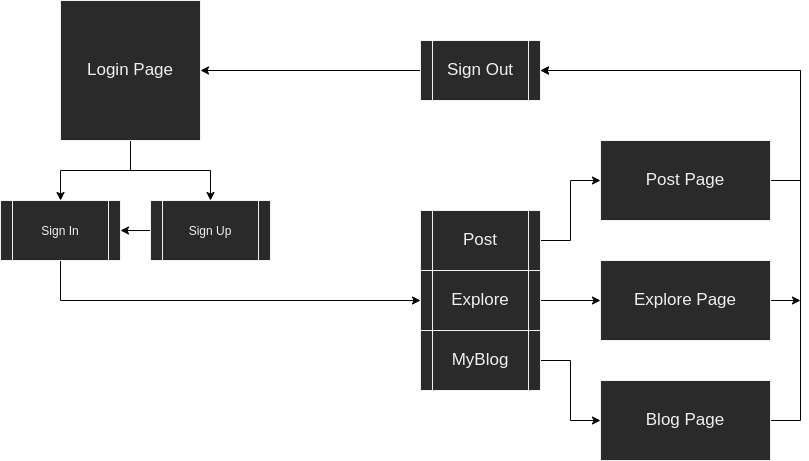
The draw.io diagram README/pyblog_architecture.png in joaoluizneto/pyblog, before a commit. Source tidied: cells renumbered, new cells last; positions are measured from the earlier drawing's top-left corner, leaving out a move shared by most shapes. Its diagram source:
```xml
<mxGraphModel>
  <root>
    <mxCell id="0" />
    <mxCell id="1" parent="0" />
    <mxCell id="2" style="edgeStyle=orthogonalEdgeStyle;rounded=0;jettySize=auto;html=1;fontSize=17;strokeColor=#030303;" parent="1" edge="1" source="4">
      <mxGeometry relative="1" as="geometry">
        <mxPoint x="60" y="200" as="targetPoint" />
      </mxGeometry>
    </mxCell>
    <mxCell id="3" style="edgeStyle=orthogonalEdgeStyle;rounded=0;jettySize=auto;html=1;entryX=0.5;entryY=0;entryDx=0;entryDy=0;fontSize=17;strokeColor=#030303;" parent="1" edge="1" source="4" target="19">
      <mxGeometry relative="1" as="geometry" />
    </mxCell>
    <mxCell id="4" value="&lt;font style=&quot;font-size: 17px&quot;&gt;Login Page&lt;/font&gt;" style="whiteSpace=wrap;html=1;" parent="1" vertex="1">
      <mxGeometry x="60" width="140" height="140" as="geometry" />
    </mxCell>
    <mxCell id="5" style="edgeStyle=orthogonalEdgeStyle;rounded=0;jettySize=auto;html=1;entryX=0;entryY=0.5;entryDx=0;entryDy=0;fontSize=17;strokeColor=#030303;" parent="1" edge="1" source="6" target="14">
      <mxGeometry relative="1" as="geometry" />
    </mxCell>
    <mxCell id="6" value="Post" style="shape=process;whiteSpace=wrap;html=1;backgroundOutline=1;fontSize=17;" parent="1" vertex="1">
      <mxGeometry x="420" y="210" width="120" height="60" as="geometry" />
    </mxCell>
    <mxCell id="7" style="edgeStyle=orthogonalEdgeStyle;rounded=0;orthogonalLoop=1;jettySize=auto;html=1;entryX=1;entryY=0.5;entryDx=0;entryDy=0;fontSize=17;strokeColor=#030303;" parent="1" edge="1">
      <mxGeometry relative="1" as="geometry">
        <mxPoint x="150" y="230" as="sourcePoint" />
        <mxPoint x="120" y="230" as="targetPoint" />
      </mxGeometry>
    </mxCell>
    <mxCell id="8" style="edgeStyle=orthogonalEdgeStyle;rounded=0;jettySize=auto;html=1;fontSize=17;entryX=0;entryY=0.5;entryDx=0;entryDy=0;strokeColor=none;" parent="1" edge="1" source="10" target="12">
      <mxGeometry relative="1" as="geometry" />
    </mxCell>
    <mxCell id="9" style="edgeStyle=orthogonalEdgeStyle;rounded=0;jettySize=auto;html=1;entryX=0;entryY=0.5;entryDx=0;entryDy=0;fontSize=17;strokeColor=#030303;" parent="1" edge="1" source="10" target="23">
      <mxGeometry relative="1" as="geometry" />
    </mxCell>
    <mxCell id="10" value="Explore" style="shape=process;whiteSpace=wrap;html=1;backgroundOutline=1;fontSize=17;fillColor=default;" parent="1" vertex="1">
      <mxGeometry x="420" y="270" width="120" height="60" as="geometry" />
    </mxCell>
    <mxCell id="11" style="edgeStyle=orthogonalEdgeStyle;rounded=0;jettySize=auto;html=1;fontSize=17;strokeColor=#030303;" parent="1" edge="1" source="12">
      <mxGeometry relative="1" as="geometry">
        <mxPoint x="540" y="70" as="targetPoint" />
        <Array as="points">
          <mxPoint x="800" y="420" />
          <mxPoint x="800" y="70" />
        </Array>
      </mxGeometry>
    </mxCell>
    <mxCell id="12" value="&lt;span style=&quot;font-size: 17px&quot;&gt;Blog Page&lt;/span&gt;" style="whiteSpace=wrap;html=1;" parent="1" vertex="1">
      <mxGeometry x="600" y="380" width="170" height="80" as="geometry" />
    </mxCell>
    <mxCell id="13" style="edgeStyle=orthogonalEdgeStyle;rounded=0;jettySize=auto;html=1;entryX=1;entryY=0.5;entryDx=0;entryDy=0;fontSize=17;strokeColor=#030303;" parent="1" edge="1" source="14" target="21">
      <mxGeometry relative="1" as="geometry">
        <Array as="points">
          <mxPoint x="800" y="180" />
          <mxPoint x="800" y="70" />
        </Array>
      </mxGeometry>
    </mxCell>
    <mxCell id="14" value="Post Page" style="whiteSpace=wrap;html=1;fontSize=17;" parent="1" vertex="1">
      <mxGeometry x="600" y="140" width="170" height="80" as="geometry" />
    </mxCell>
    <mxCell id="15" style="edgeStyle=orthogonalEdgeStyle;rounded=0;jettySize=auto;html=1;entryX=0;entryY=0.5;entryDx=0;entryDy=0;fontSize=17;strokeColor=#030303;" parent="1" edge="1" source="16" target="12">
      <mxGeometry relative="1" as="geometry" />
    </mxCell>
    <mxCell id="16" value="MyBlog" style="shape=process;whiteSpace=wrap;html=1;backgroundOutline=1;fontSize=17;fillColor=default;" parent="1" vertex="1">
      <mxGeometry x="420" y="330" width="120" height="60" as="geometry" />
    </mxCell>
    <mxCell id="17" style="edgeStyle=orthogonalEdgeStyle;rounded=0;jettySize=auto;html=1;entryX=0;entryY=0.5;entryDx=0;entryDy=0;fontSize=17;strokeColor=#030303;" parent="1" edge="1" source="18" target="10">
      <mxGeometry relative="1" as="geometry">
        <Array as="points">
          <mxPoint x="60" y="300" />
        </Array>
      </mxGeometry>
    </mxCell>
    <mxCell id="18" value="&lt;span style=&quot;font-size: 12px&quot;&gt;Sign In&lt;/span&gt;" style="shape=process;whiteSpace=wrap;html=1;backgroundOutline=1;fontSize=17;fillColor=default;" parent="1" vertex="1">
      <mxGeometry y="200" width="120" height="60" as="geometry" />
    </mxCell>
    <mxCell id="19" value="&lt;span style=&quot;font-size: 12px&quot;&gt;Sign Up&lt;/span&gt;" style="shape=process;whiteSpace=wrap;html=1;backgroundOutline=1;fontSize=17;fillColor=default;" parent="1" vertex="1">
      <mxGeometry x="150" y="200" width="120" height="60" as="geometry" />
    </mxCell>
    <mxCell id="20" style="edgeStyle=orthogonalEdgeStyle;rounded=0;jettySize=auto;html=1;entryX=1;entryY=0.5;entryDx=0;entryDy=0;fontSize=17;strokeColor=#030303;" parent="1" edge="1" source="21" target="4">
      <mxGeometry relative="1" as="geometry" />
    </mxCell>
    <mxCell id="21" value="Sign Out" style="shape=process;whiteSpace=wrap;html=1;backgroundOutline=1;fontSize=17;fillColor=default;" parent="1" vertex="1">
      <mxGeometry x="420" y="40" width="120" height="60" as="geometry" />
    </mxCell>
    <mxCell id="22" style="edgeStyle=orthogonalEdgeStyle;rounded=0;jettySize=auto;html=1;strokeColor=#030303;" parent="1" edge="1" source="23">
      <mxGeometry relative="1" as="geometry">
        <mxPoint x="800" y="300" as="targetPoint" />
      </mxGeometry>
    </mxCell>
    <mxCell id="23" value="Explore Page" style="whiteSpace=wrap;html=1;fontSize=17;" parent="1" vertex="1">
      <mxGeometry x="600" y="260" width="170" height="80" as="geometry" />
    </mxCell>
  </root>
</mxGraphModel>
```
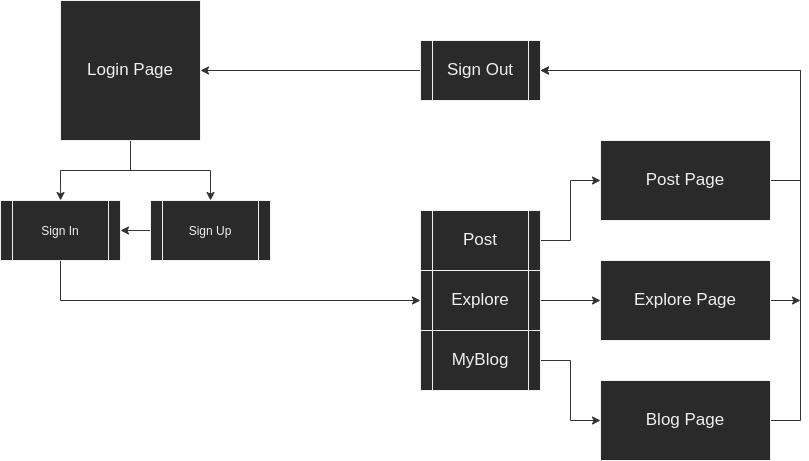
The same file after the commit.

What changed in the source:
```diff
@@ -2,24 +2,24 @@
   <root>
     <mxCell id="0" />
     <mxCell id="1" parent="0" />
-    <mxCell id="2" style="edgeStyle=orthogonalEdgeStyle;rounded=0;jettySize=auto;html=1;fontSize=17;strokeColor=#030303;" parent="1" edge="1" source="4">
+    <mxCell id="2" style="edgeStyle=orthogonalEdgeStyle;rounded=0;jettySize=auto;html=1;fontSize=17;strokeColor=#333333;" parent="1" edge="1" source="4">
       <mxGeometry relative="1" as="geometry">
         <mxPoint x="60" y="200" as="targetPoint" />
       </mxGeometry>
     </mxCell>
-    <mxCell id="3" style="edgeStyle=orthogonalEdgeStyle;rounded=0;jettySize=auto;html=1;entryX=0.5;entryY=0;entryDx=0;entryDy=0;fontSize=17;strokeColor=#030303;" parent="1" edge="1" source="4" target="19">
+    <mxCell id="3" style="edgeStyle=orthogonalEdgeStyle;rounded=0;jettySize=auto;html=1;entryX=0.5;entryY=0;entryDx=0;entryDy=0;fontSize=17;strokeColor=#333333;" parent="1" edge="1" source="4" target="19">
       <mxGeometry relative="1" as="geometry" />
     </mxCell>
     <mxCell id="4" value="&lt;font style=&quot;font-size: 17px&quot;&gt;Login Page&lt;/font&gt;" style="whiteSpace=wrap;html=1;" parent="1" vertex="1">
       <mxGeometry x="60" width="140" height="140" as="geometry" />
     </mxCell>
-    <mxCell id="5" style="edgeStyle=orthogonalEdgeStyle;rounded=0;jettySize=auto;html=1;entryX=0;entryY=0.5;entryDx=0;entryDy=0;fontSize=17;strokeColor=#030303;" parent="1" edge="1" source="6" target="14">
+    <mxCell id="5" style="edgeStyle=orthogonalEdgeStyle;rounded=0;jettySize=auto;html=1;entryX=0;entryY=0.5;entryDx=0;entryDy=0;fontSize=17;strokeColor=#333333;" parent="1" edge="1" source="6" target="14">
       <mxGeometry relative="1" as="geometry" />
     </mxCell>
     <mxCell id="6" value="Post" style="shape=process;whiteSpace=wrap;html=1;backgroundOutline=1;fontSize=17;" parent="1" vertex="1">
       <mxGeometry x="420" y="210" width="120" height="60" as="geometry" />
     </mxCell>
-    <mxCell id="7" style="edgeStyle=orthogonalEdgeStyle;rounded=0;orthogonalLoop=1;jettySize=auto;html=1;entryX=1;entryY=0.5;entryDx=0;entryDy=0;fontSize=17;strokeColor=#030303;" parent="1" edge="1">
+    <mxCell id="7" style="edgeStyle=orthogonalEdgeStyle;rounded=0;orthogonalLoop=1;jettySize=auto;html=1;entryX=1;entryY=0.5;entryDx=0;entryDy=0;fontSize=17;strokeColor=#333333;" parent="1" edge="1">
       <mxGeometry relative="1" as="geometry">
         <mxPoint x="150" y="230" as="sourcePoint" />
         <mxPoint x="120" y="230" as="targetPoint" />
@@ -28,13 +28,13 @@
     <mxCell id="8" style="edgeStyle=orthogonalEdgeStyle;rounded=0;jettySize=auto;html=1;fontSize=17;entryX=0;entryY=0.5;entryDx=0;entryDy=0;strokeColor=none;" parent="1" edge="1" source="10" target="12">
       <mxGeometry relative="1" as="geometry" />
     </mxCell>
-    <mxCell id="9" style="edgeStyle=orthogonalEdgeStyle;rounded=0;jettySize=auto;html=1;entryX=0;entryY=0.5;entryDx=0;entryDy=0;fontSize=17;strokeColor=#030303;" parent="1" edge="1" source="10" target="23">
+    <mxCell id="9" style="edgeStyle=orthogonalEdgeStyle;rounded=0;jettySize=auto;html=1;entryX=0;entryY=0.5;entryDx=0;entryDy=0;fontSize=17;strokeColor=#333333;" parent="1" edge="1" source="10" target="23">
       <mxGeometry relative="1" as="geometry" />
     </mxCell>
     <mxCell id="10" value="Explore" style="shape=process;whiteSpace=wrap;html=1;backgroundOutline=1;fontSize=17;fillColor=default;" parent="1" vertex="1">
       <mxGeometry x="420" y="270" width="120" height="60" as="geometry" />
     </mxCell>
-    <mxCell id="11" style="edgeStyle=orthogonalEdgeStyle;rounded=0;jettySize=auto;html=1;fontSize=17;strokeColor=#030303;" parent="1" edge="1" source="12">
+    <mxCell id="11" style="edgeStyle=orthogonalEdgeStyle;rounded=0;jettySize=auto;html=1;fontSize=17;strokeColor=#333333;" parent="1" edge="1" source="12">
       <mxGeometry relative="1" as="geometry">
         <mxPoint x="540" y="70" as="targetPoint" />
         <Array as="points">
@@ -46,7 +46,7 @@
     <mxCell id="12" value="&lt;span style=&quot;font-size: 17px&quot;&gt;Blog Page&lt;/span&gt;" style="whiteSpace=wrap;html=1;" parent="1" vertex="1">
       <mxGeometry x="600" y="380" width="170" height="80" as="geometry" />
     </mxCell>
-    <mxCell id="13" style="edgeStyle=orthogonalEdgeStyle;rounded=0;jettySize=auto;html=1;entryX=1;entryY=0.5;entryDx=0;entryDy=0;fontSize=17;strokeColor=#030303;" parent="1" edge="1" source="14" target="21">
+    <mxCell id="13" style="edgeStyle=orthogonalEdgeStyle;rounded=0;jettySize=auto;html=1;entryX=1;entryY=0.5;entryDx=0;entryDy=0;fontSize=17;strokeColor=#333333;" parent="1" edge="1" source="14" target="21">
       <mxGeometry relative="1" as="geometry">
         <Array as="points">
           <mxPoint x="800" y="180" />
@@ -57,13 +57,13 @@
     <mxCell id="14" value="Post Page" style="whiteSpace=wrap;html=1;fontSize=17;" parent="1" vertex="1">
       <mxGeometry x="600" y="140" width="170" height="80" as="geometry" />
     </mxCell>
-    <mxCell id="15" style="edgeStyle=orthogonalEdgeStyle;rounded=0;jettySize=auto;html=1;entryX=0;entryY=0.5;entryDx=0;entryDy=0;fontSize=17;strokeColor=#030303;" parent="1" edge="1" source="16" target="12">
+    <mxCell id="15" style="edgeStyle=orthogonalEdgeStyle;rounded=0;jettySize=auto;html=1;entryX=0;entryY=0.5;entryDx=0;entryDy=0;fontSize=17;strokeColor=#333333;" parent="1" edge="1" source="16" target="12">
       <mxGeometry relative="1" as="geometry" />
     </mxCell>
     <mxCell id="16" value="MyBlog" style="shape=process;whiteSpace=wrap;html=1;backgroundOutline=1;fontSize=17;fillColor=default;" parent="1" vertex="1">
       <mxGeometry x="420" y="330" width="120" height="60" as="geometry" />
     </mxCell>
-    <mxCell id="17" style="edgeStyle=orthogonalEdgeStyle;rounded=0;jettySize=auto;html=1;entryX=0;entryY=0.5;entryDx=0;entryDy=0;fontSize=17;strokeColor=#030303;" parent="1" edge="1" source="18" target="10">
+    <mxCell id="17" style="edgeStyle=orthogonalEdgeStyle;rounded=0;jettySize=auto;html=1;entryX=0;entryY=0.5;entryDx=0;entryDy=0;fontSize=17;strokeColor=#333333;" parent="1" edge="1" source="18" target="10">
       <mxGeometry relative="1" as="geometry">
         <Array as="points">
           <mxPoint x="60" y="300" />
@@ -76,13 +76,13 @@
     <mxCell id="19" value="&lt;span style=&quot;font-size: 12px&quot;&gt;Sign Up&lt;/span&gt;" style="shape=process;whiteSpace=wrap;html=1;backgroundOutline=1;fontSize=17;fillColor=default;" parent="1" vertex="1">
       <mxGeometry x="150" y="200" width="120" height="60" as="geometry" />
     </mxCell>
-    <mxCell id="20" style="edgeStyle=orthogonalEdgeStyle;rounded=0;jettySize=auto;html=1;entryX=1;entryY=0.5;entryDx=0;entryDy=0;fontSize=17;strokeColor=#030303;" parent="1" edge="1" source="21" target="4">
+    <mxCell id="20" style="edgeStyle=orthogonalEdgeStyle;rounded=0;jettySize=auto;html=1;entryX=1;entryY=0.5;entryDx=0;entryDy=0;fontSize=17;strokeColor=#333333;" parent="1" edge="1" source="21" target="4">
       <mxGeometry relative="1" as="geometry" />
     </mxCell>
     <mxCell id="21" value="Sign Out" style="shape=process;whiteSpace=wrap;html=1;backgroundOutline=1;fontSize=17;fillColor=default;" parent="1" vertex="1">
       <mxGeometry x="420" y="40" width="120" height="60" as="geometry" />
     </mxCell>
-    <mxCell id="22" style="edgeStyle=orthogonalEdgeStyle;rounded=0;jettySize=auto;html=1;strokeColor=#030303;" parent="1" edge="1" source="23">
+    <mxCell id="22" style="edgeStyle=orthogonalEdgeStyle;rounded=0;jettySize=auto;html=1;strokeColor=#333333;" parent="1" edge="1" source="23">
       <mxGeometry relative="1" as="geometry">
         <mxPoint x="800" y="300" as="targetPoint" />
       </mxGeometry>
```
